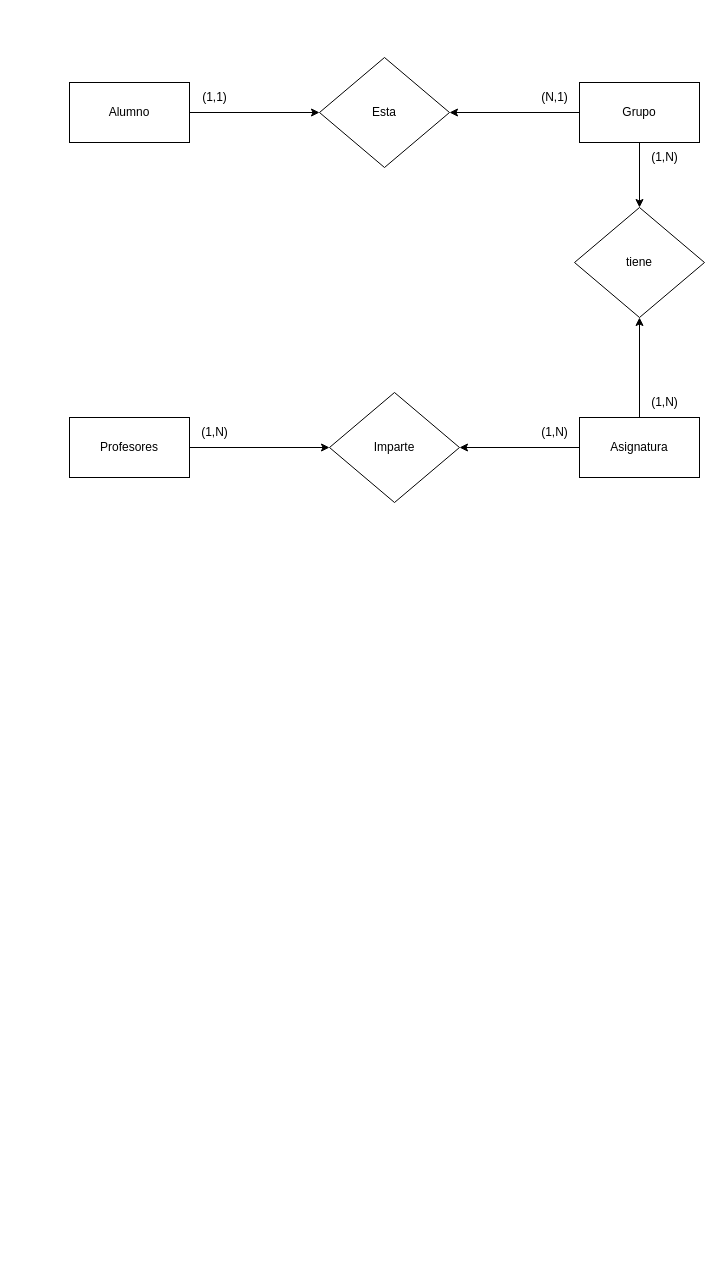
This is Alumnos_ER.drawio from YerimMoral3s/lib_test, a draw.io file, before an edit. Source tidied: cells renumbered, new cells numbered last; positions are measured from the earlier drawing's top-left corner, leaving out a move shared by most shapes. Both pictures are drawn from the tidied source at 100%, with x=0, y=0 at pixel (69, 57).
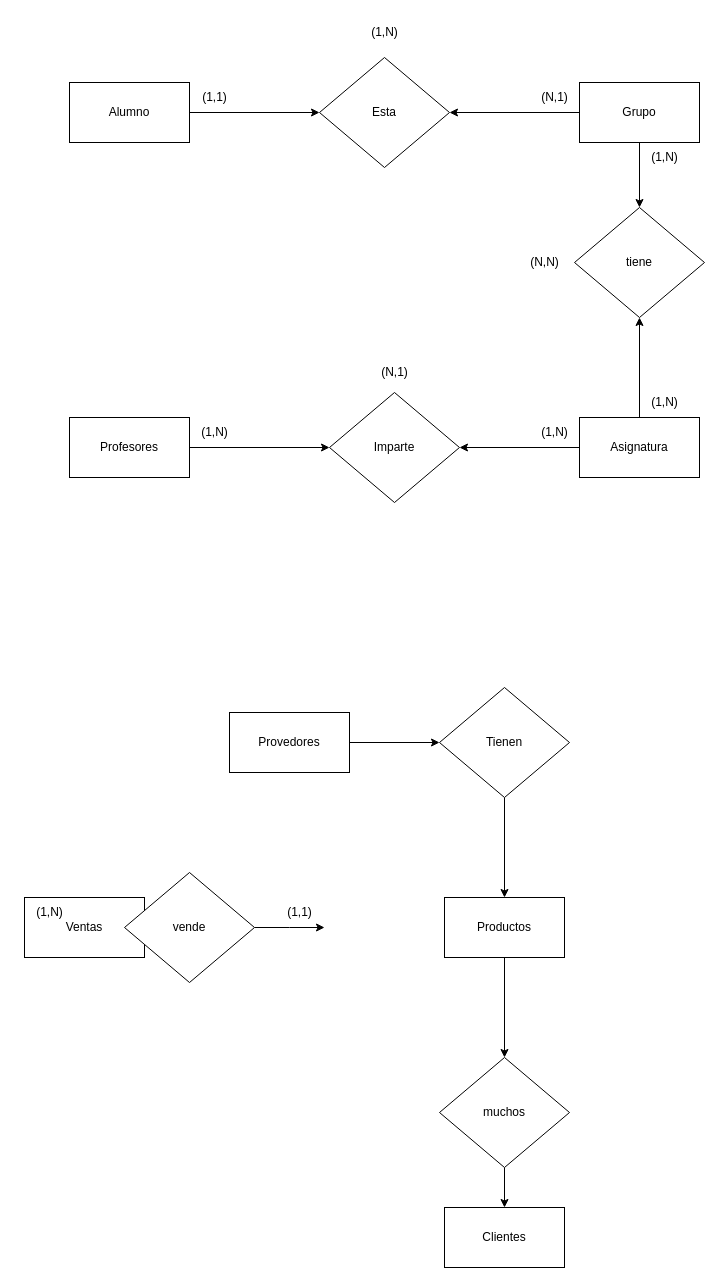
The same page after the edit.

The edit, as a diff of the source:
```diff
@@
+    <mxCell id="21" style="edgeStyle=orthogonalEdgeStyle;rounded=0;jettySize=auto;html=1;" parent="1" edge="1" source="22" target="34">
+      <mxGeometry relative="1" as="geometry" />
+    </mxCell>
+    <mxCell id="22" value="Productos" style="rounded=0;whiteSpace=wrap;html=1;" parent="1" vertex="1">
+      <mxGeometry x="375" y="840" width="120" height="60" as="geometry" />
+    </mxCell>
+    <mxCell id="23" value="Clientes" style="rounded=0;whiteSpace=wrap;html=1;" parent="1" vertex="1">
+      <mxGeometry x="375" y="1150" width="120" height="60" as="geometry" />
+    </mxCell>
+    <mxCell id="24" style="edgeStyle=orthogonalEdgeStyle;rounded=0;jettySize=auto;html=1;" parent="1" edge="1" source="25" target="38">
+      <mxGeometry relative="1" as="geometry" />
+    </mxCell>
+    <mxCell id="25" value="Provedores" style="rounded=0;whiteSpace=wrap;html=1;" parent="1" vertex="1">
+      <mxGeometry x="160" y="655" width="120" height="60" as="geometry" />
+    </mxCell>
+    <mxCell id="26" value="(1,N)" style="text;html=1;align=center;verticalAlign=middle;strokeColor=none;fillColor=none;" parent="1" vertex="1">
+      <mxGeometry x="290" y="-40" width="50" height="30" as="geometry" />
+    </mxCell>
+    <mxCell id="27" value="(N,N)" style="text;html=1;align=center;verticalAlign=middle;strokeColor=none;fillColor=none;" parent="1" vertex="1">
+      <mxGeometry x="450" y="190" width="50" height="30" as="geometry" />
+    </mxCell>
+    <mxCell id="28" value="(N,1)" style="text;html=1;align=center;verticalAlign=middle;strokeColor=none;fillColor=none;" parent="1" vertex="1">
+      <mxGeometry x="300" y="300" width="50" height="30" as="geometry" />
+    </mxCell>
+    <mxCell id="29" style="edgeStyle=orthogonalEdgeStyle;rounded=0;jettySize=auto;html=1;" parent="1" edge="1" target="32">
+      <mxGeometry relative="1" as="geometry">
+        <mxPoint x="-45" y="870" as="sourcePoint" />
+      </mxGeometry>
+    </mxCell>
+    <mxCell id="30" value="Ventas" style="rounded=0;whiteSpace=wrap;html=1;" parent="1" vertex="1">
+      <mxGeometry x="-45" y="840" width="120" height="60" as="geometry" />
+    </mxCell>
+    <mxCell id="31" style="edgeStyle=orthogonalEdgeStyle;rounded=0;jettySize=auto;html=1;" parent="1" edge="1" source="32">
+      <mxGeometry relative="1" as="geometry">
+        <mxPoint x="255" y="870" as="targetPoint" />
+      </mxGeometry>
+    </mxCell>
+    <mxCell id="32" value="vende" style="rhombus;whiteSpace=wrap;html=1;" parent="1" vertex="1">
+      <mxGeometry x="55" y="815" width="130" height="110" as="geometry" />
+    </mxCell>
+    <mxCell id="33" style="edgeStyle=orthogonalEdgeStyle;rounded=0;jettySize=auto;html=1;" parent="1" edge="1" source="34" target="23">
+      <mxGeometry relative="1" as="geometry" />
+    </mxCell>
+    <mxCell id="34" value="muchos" style="rhombus;whiteSpace=wrap;html=1;" parent="1" vertex="1">
+      <mxGeometry x="370" y="1000" width="130" height="110" as="geometry" />
+    </mxCell>
+    <mxCell id="35" value="(1,N)" style="text;html=1;align=center;verticalAlign=middle;strokeColor=none;fillColor=none;" parent="1" vertex="1">
+      <mxGeometry x="-45" y="840" width="50" height="30" as="geometry" />
+    </mxCell>
+    <mxCell id="36" value="(1,1)" style="text;html=1;align=center;verticalAlign=middle;strokeColor=none;fillColor=none;" parent="1" vertex="1">
+      <mxGeometry x="205" y="840" width="50" height="30" as="geometry" />
+    </mxCell>
+    <mxCell id="37" style="edgeStyle=orthogonalEdgeStyle;rounded=0;jettySize=auto;html=1;" parent="1" edge="1" source="38" target="22">
+      <mxGeometry relative="1" as="geometry" />
+    </mxCell>
+    <mxCell id="38" value="Tienen" style="rhombus;whiteSpace=wrap;html=1;" parent="1" vertex="1">
+      <mxGeometry x="370" y="630" width="130" height="110" as="geometry" />
+    </mxCell>
```
